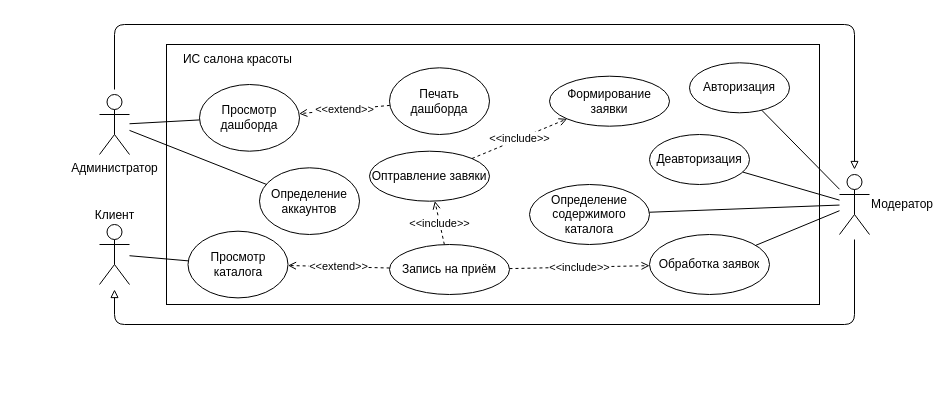
The draw.io diagram docs/Диаграмма прецедентов.drawio in qwe3qwe3lott/2-2Kproject, before the edit. Source tidied: cells renumbered, new cells numbered last; positions are measured from the earlier drawing's top-left corner, leaving out a move shared by most shapes. Both pictures are drawn from the tidied source at 100%, with x=0, y=0 at pixel (99, -76).
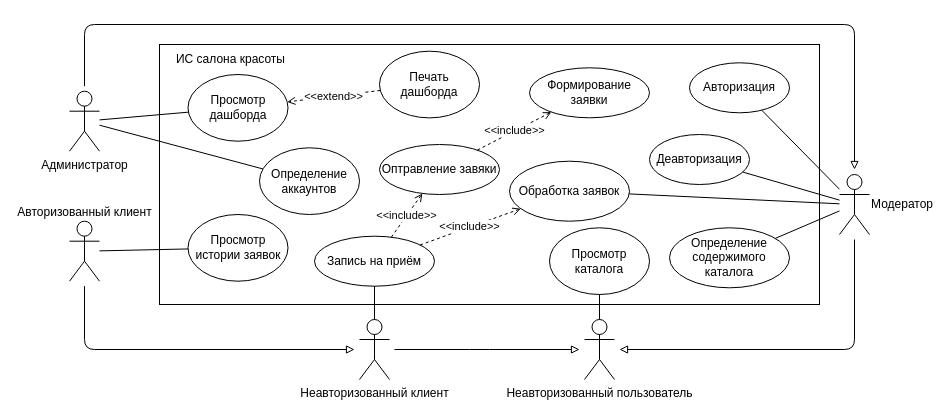
The same diagram, later.

The change refers to these unchanged cells:
```xml
<mxCell id="4" value="Модератор" style="shape=umlActor;verticalLabelPosition=middle;labelBackgroundColor=#ffffff;verticalAlign=middle;html=1;outlineConnect=0;labelPosition=right;align=left;" parent="1" vertex="1">
  <mxGeometry x="740" y="250" width="30" height="60" as="geometry" />
</mxCell>
```

The edit, as a diff of the source:
```diff
@@
     <mxCell id="2" style="rounded=0;whiteSpace=wrap;html=1;" parent="1" vertex="1">
-      <mxGeometry x="67" y="120" width="653" height="260" as="geometry" />
+      <mxGeometry x="60" y="120" width="660" height="260" as="geometry" />
     </mxCell>
     <mxCell id="3" value="Администратор" style="shape=umlActor;verticalLabelPosition=bottom;labelBackgroundColor=#ffffff;verticalAlign=top;html=1;outlineConnect=0;labelPosition=center;align=center;" parent="1" vertex="1">
-      <mxGeometry y="170" width="30" height="60" as="geometry" />
+      <mxGeometry x="-30" y="166.7" width="30" height="60" as="geometry" />
     </mxCell>
@@
-    <mxCell id="5" value="Клиент&lt;br&gt;" style="shape=umlActor;verticalLabelPosition=top;labelBackgroundColor=#ffffff;verticalAlign=bottom;html=1;outlineConnect=0;labelPosition=center;align=center;" parent="1" vertex="1">
-      <mxGeometry y="300" width="30" height="60" as="geometry" />
+    <mxCell id="5" value="Неавторизованный пользователь" style="shape=umlActor;verticalLabelPosition=bottom;labelBackgroundColor=#ffffff;verticalAlign=top;html=1;outlineConnect=0;labelPosition=center;align=center;" parent="1" vertex="1">
+      <mxGeometry x="485" y="395" width="30" height="60" as="geometry" />
     </mxCell>
     <mxCell id="6" value="&lt;span&gt;ИС салона красоты&lt;br&gt;&lt;/span&gt;" style="text;html=1;strokeColor=none;fillColor=none;align=center;verticalAlign=middle;whiteSpace=wrap;rounded=0;" parent="1" vertex="1">
-      <mxGeometry x="67" y="120" width="143" height="30" as="geometry" />
+      <mxGeometry x="60" y="120" width="143" height="30" as="geometry" />
     </mxCell>
     <mxCell id="7" value="Определение аккаунтов" style="ellipse;whiteSpace=wrap;html=1;" parent="1" vertex="1">
-      <mxGeometry x="160" y="243.3" width="100" height="66.7" as="geometry" />
+      <mxGeometry x="160" y="223.3" width="100" height="66.7" as="geometry" />
     </mxCell>
@@
     <mxCell id="10" value="Определение содержимого каталога" style="ellipse;whiteSpace=wrap;html=1;" parent="1" vertex="1">
-      <mxGeometry x="430" y="260" width="120" height="60" as="geometry" />
+      <mxGeometry x="570" y="303.3" width="120" height="60" as="geometry" />
     </mxCell>
     <mxCell id="11" value="Запись на приём" style="ellipse;whiteSpace=wrap;html=1;" parent="1" vertex="1">
-      <mxGeometry x="290" y="320" width="120" height="50" as="geometry" />
+      <mxGeometry x="215" y="311.7" width="120" height="50" as="geometry" />
     </mxCell>
     <mxCell id="12" value="Оптравление завяки" style="ellipse;whiteSpace=wrap;html=1;" parent="1" vertex="1">
-      <mxGeometry x="270" y="226.7" width="120" height="50" as="geometry" />
+      <mxGeometry x="280" y="220" width="120" height="50" as="geometry" />
     </mxCell>
@@
     <mxCell id="14" value="Обработка заявок" style="ellipse;whiteSpace=wrap;html=1;" parent="1" vertex="1">
-      <mxGeometry x="550" y="310" width="120" height="60" as="geometry" />
+      <mxGeometry x="410" y="236.7" width="120" height="60" as="geometry" />
     </mxCell>
@@
     <mxCell id="17" style="endArrow=block;html=1;endFill=0;edgeStyle=elbowEdgeStyle;startArrow=none;startFill=0;labelPosition=left;verticalLabelPosition=middle;align=right;verticalAlign=middle;spacing=2;targetPerimeterSpacing=5;sourcePerimeterSpacing=5;" parent="1" edge="1" source="4" target="5">
       <mxGeometry relative="1" as="geometry">
         <Array as="points">
+          <mxPoint x="755" y="360" />
+          <mxPoint x="760" y="360" />
           <mxPoint x="400" y="400" />
           <mxPoint x="350" y="410" />
         </Array>
       </mxGeometry>
     </mxCell>
@@
     <mxCell id="24" value="Просмотр дашборда" style="ellipse;whiteSpace=wrap;html=1;" parent="1" vertex="1">
-      <mxGeometry x="100" y="160" width="100" height="66.7" as="geometry" />
+      <mxGeometry x="88.5" y="150" width="100" height="66.7" as="geometry" />
     </mxCell>
@@
     <mxCell id="26" value="Печать дашборда" style="ellipse;whiteSpace=wrap;html=1;" parent="1" vertex="1">
-      <mxGeometry x="290" y="143.3" width="100" height="66.7" as="geometry" />
+      <mxGeometry x="280" y="126.7" width="100" height="66.7" as="geometry" />
     </mxCell>
     <mxCell id="27" value="Формирование заявки" style="ellipse;whiteSpace=wrap;html=1;" parent="1" vertex="1">
-      <mxGeometry x="450" y="151.7" width="120" height="50" as="geometry" />
+      <mxGeometry x="430" y="143.3" width="120" height="50" as="geometry" />
     </mxCell>
@@
     <mxCell id="29" value="Просмотр каталога" style="ellipse;whiteSpace=wrap;html=1;" parent="1" vertex="1">
-      <mxGeometry x="88.5" y="306.7" width="100" height="66.7" as="geometry" />
+      <mxGeometry x="450" y="303.3" width="100" height="66.7" as="geometry" />
     </mxCell>
@@
-    <mxCell id="31" value="&amp;lt;&amp;lt;extend&amp;gt;&amp;gt;" style="endArrow=open;dashed=1;html=1;endFill=0;" parent="1" edge="1" source="11" target="29">
-      <mxGeometry relative="1" as="geometry" />
-    </mxCell>
+    <mxCell id="32" value="Просмотр истории заявок" style="ellipse;whiteSpace=wrap;html=1;" parent="1" vertex="1">
+      <mxGeometry x="88.5" y="290" width="100" height="66.7" as="geometry" />
+    </mxCell>
+    <mxCell id="33" value="Авторизованный клиент&lt;br&gt;" style="shape=umlActor;verticalLabelPosition=top;labelBackgroundColor=#ffffff;verticalAlign=bottom;html=1;outlineConnect=0;labelPosition=center;align=center;" parent="1" vertex="1">
+      <mxGeometry x="-30" y="296.7" width="30" height="60" as="geometry" />
+    </mxCell>
+    <mxCell id="34" style="endArrow=block;html=1;endFill=0;edgeStyle=elbowEdgeStyle;startArrow=none;startFill=0;labelPosition=left;verticalLabelPosition=middle;align=right;verticalAlign=middle;spacing=2;targetPerimeterSpacing=5;sourcePerimeterSpacing=5;" parent="1" edge="1" source="33" target="36">
+      <mxGeometry relative="1" as="geometry">
+        <Array as="points">
+          <mxPoint x="-15" y="390" />
+          <mxPoint x="5" y="390" />
+          <mxPoint x="15" y="380" />
+          <mxPoint x="15" y="400" />
+          <mxPoint x="410" y="410" />
+          <mxPoint x="360" y="420" />
+        </Array>
+      </mxGeometry>
+    </mxCell>
+    <mxCell id="35" style="endArrow=none;html=1;" parent="1" edge="1" source="32" target="33">
+      <mxGeometry relative="1" as="geometry" />
+    </mxCell>
+    <mxCell id="36" value="Неавторизованный клиент" style="shape=umlActor;verticalLabelPosition=bottom;labelBackgroundColor=#ffffff;verticalAlign=top;html=1;outlineConnect=0;labelPosition=center;align=center;" parent="1" vertex="1">
+      <mxGeometry x="260" y="395" width="30" height="60" as="geometry" />
+    </mxCell>
+    <mxCell id="37" style="endArrow=block;html=1;endFill=0;edgeStyle=elbowEdgeStyle;startArrow=none;startFill=0;labelPosition=left;verticalLabelPosition=middle;align=right;verticalAlign=middle;spacing=2;targetPerimeterSpacing=5;sourcePerimeterSpacing=5;" parent="1" edge="1" source="36" target="5">
+      <mxGeometry relative="1" as="geometry">
+        <Array as="points">
+          <mxPoint x="380" y="425" />
+          <mxPoint x="370" y="430" />
+          <mxPoint x="25" y="390" />
+          <mxPoint x="25" y="410" />
+          <mxPoint x="420" y="420" />
+          <mxPoint x="370" y="430" />
+        </Array>
+      </mxGeometry>
+    </mxCell>
+    <mxCell id="38" style="endArrow=none;html=1;" parent="1" edge="1" source="11" target="36">
+      <mxGeometry relative="1" as="geometry" />
+    </mxCell>
```
